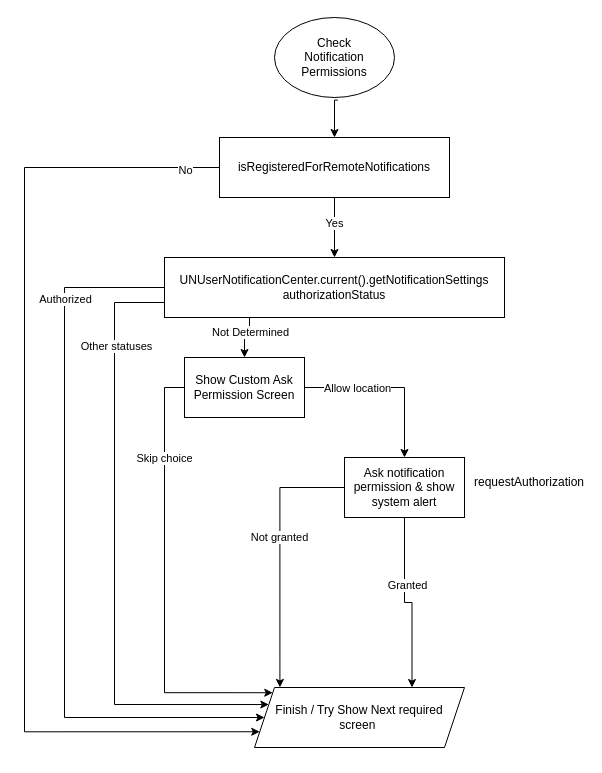
Earlier version of the draw.io diagram Permissions Flow Diagram.drawio (IvanovDeveloper/IDHelper). Source tidied: cells renumbered, new cells numbered last; positions are measured from the earlier drawing's top-left corner, leaving out a move shared by most shapes. Both pictures are drawn from the tidied source at 100%, with x=0, y=0 at pixel (24, 17).
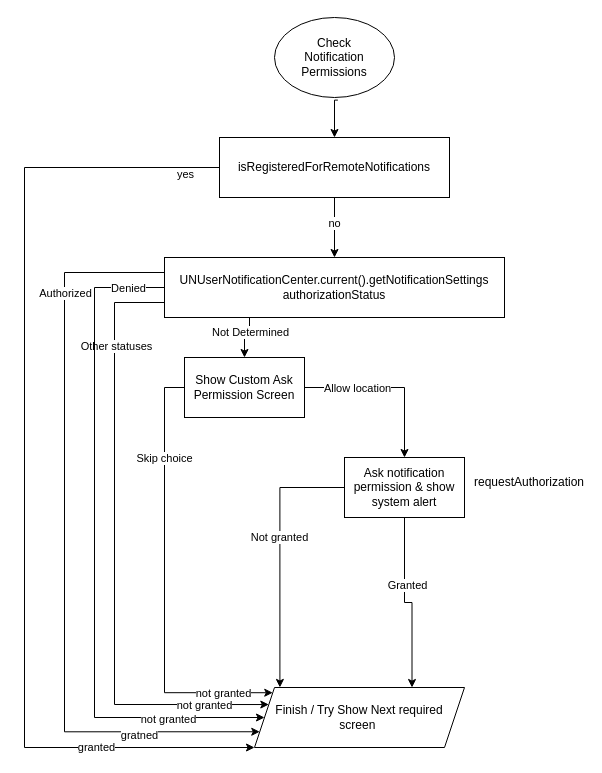
Above is the later version.

Unchanged cells that the change refers to:
```xml
<mxCell id="6" style="edgeStyle=orthogonalEdgeStyle;rounded=0;jettySize=auto;html=1;exitX=0.5;exitY=1;exitDx=0;exitDy=0;" parent="1" edge="1" source="8">
  <mxGeometry relative="1" as="geometry">
    <mxPoint x="310" y="240" as="targetPoint" />
  </mxGeometry>
</mxCell>
<mxCell id="8" value="isRegisteredForRemoteNotifications" style="rounded=0;whiteSpace=wrap;html=1;" parent="1" vertex="1">
  <mxGeometry x="195" y="120" width="230" height="60" as="geometry" />
</mxCell>
<mxCell id="9" value="Finish / Try Show Next required screen&amp;nbsp;" style="shape=parallelogram;perimeter=parallelogramPerimeter;whiteSpace=wrap;html=1;fixedSize=1;" parent="1" vertex="1">
  <mxGeometry x="230" y="670" width="210" height="60" as="geometry" />
</mxCell>
<mxCell id="14" style="edgeStyle=orthogonalEdgeStyle;rounded=0;jettySize=auto;html=1;exitX=0;exitY=0.75;exitDx=0;exitDy=0;entryX=0;entryY=0.25;entryDx=0;entryDy=0;" parent="1" edge="1" source="16" target="9">
  <mxGeometry relative="1" as="geometry">
    <Array as="points">
      <mxPoint x="90" y="285" />
      <mxPoint x="90" y="687" />
    </Array>
  </mxGeometry>
</mxCell>
<mxCell id="16" value="UNUserNotificationCenter.current().getNotificationSettings&lt;br&gt;authorizationStatus" style="rounded=0;whiteSpace=wrap;html=1;" parent="1" vertex="1">
  <mxGeometry x="140" y="240" width="340" height="60" as="geometry" />
</mxCell>
<mxCell id="17" value="Skip choice" style="edgeStyle=orthogonalEdgeStyle;rounded=0;jettySize=auto;html=1;exitX=0;exitY=0.5;exitDx=0;exitDy=0;entryX=0;entryY=0;entryDx=0;entryDy=0;" parent="1" edge="1" source="20" target="9">
  <mxGeometry x="-0.58" relative="1" as="geometry">
    <Array as="points">
      <mxPoint x="140" y="370" />
      <mxPoint x="140" y="675" />
    </Array>
  </mxGeometry>
</mxCell>
```

What changed in the source:
```diff
@@
-    <mxCell id="4" style="edgeStyle=orthogonalEdgeStyle;rounded=0;jettySize=auto;html=1;entryX=0;entryY=0.75;entryDx=0;entryDy=0;exitX=0;exitY=0.5;exitDx=0;exitDy=0;" parent="1" edge="1" source="8" target="9">
+    <mxCell id="4" style="edgeStyle=orthogonalEdgeStyle;rounded=0;jettySize=auto;html=1;entryX=0;entryY=1;entryDx=0;entryDy=0;exitX=0;exitY=0.5;exitDx=0;exitDy=0;" parent="1" edge="1" source="8" target="9">
       <mxGeometry relative="1" as="geometry">
         <Array as="points">
           <mxPoint y="150" />
-          <mxPoint y="714" />
+          <mxPoint y="730" />
         </Array>
       </mxGeometry>
     </mxCell>
-    <mxCell id="5" value="No" style="edgeLabel;html=1;align=center;verticalAlign=middle;" parent="4" vertex="1">
+    <mxCell id="5" value="yes" style="edgeLabel;html=1;align=center;verticalAlign=middle;" parent="4" vertex="1">
       <mxGeometry x="-0.27" relative="1" as="geometry">
         <mxPoint x="160" y="-166" as="offset" />
       </mxGeometry>
     </mxCell>
+    <mxCell id="27" value="granted" style="edgeLabel;html=1;align=center;verticalAlign=middle;" parent="4" vertex="1">
+      <mxGeometry x="0.83" y="1" relative="1" as="geometry">
+        <mxPoint x="-74" as="offset" />
+      </mxGeometry>
+    </mxCell>
@@
-    <mxCell id="7" value="Yes" style="edgeLabel;html=1;align=center;verticalAlign=middle;" parent="6" vertex="1">
+    <mxCell id="7" value="no" style="edgeLabel;html=1;align=center;verticalAlign=middle;" parent="6" vertex="1">
       <mxGeometry x="-0.18" y="-1" relative="1" as="geometry" />
     </mxCell>
@@
-    <mxCell id="10" style="edgeStyle=orthogonalEdgeStyle;rounded=0;jettySize=auto;html=1;exitX=0;exitY=0.5;exitDx=0;exitDy=0;entryX=0;entryY=0.5;entryDx=0;entryDy=0;" parent="1" edge="1" source="16" target="9">
+    <mxCell id="10" style="edgeStyle=orthogonalEdgeStyle;rounded=0;jettySize=auto;html=1;entryX=0;entryY=0.75;entryDx=0;entryDy=0;exitX=0;exitY=0.25;exitDx=0;exitDy=0;" parent="1" edge="1" source="16" target="9">
       <mxGeometry relative="1" as="geometry">
         <Array as="points">
-          <mxPoint x="40" y="270" />
-          <mxPoint x="40" y="700" />
+          <mxPoint x="40" y="255" />
+          <mxPoint x="40" y="714" />
         </Array>
       </mxGeometry>
     </mxCell>
@@
+    <mxCell id="28" value="gratned" style="edgeLabel;html=1;align=center;verticalAlign=middle;" parent="10" vertex="1">
+      <mxGeometry x="0.68" y="-3" relative="1" as="geometry" />
+    </mxCell>
@@
+    <mxCell id="29" value="not granted" style="edgeLabel;html=1;align=center;verticalAlign=middle;" parent="14" vertex="1">
+      <mxGeometry x="0.58" relative="1" as="geometry">
+        <mxPoint x="63" as="offset" />
+      </mxGeometry>
+    </mxCell>
+    <mxCell id="30" style="edgeStyle=orthogonalEdgeStyle;rounded=0;jettySize=auto;html=1;entryX=0;entryY=0.5;entryDx=0;entryDy=0;exitX=0;exitY=0.5;exitDx=0;exitDy=0;" parent="1" edge="1" source="16" target="9">
+      <mxGeometry relative="1" as="geometry">
+        <Array as="points">
+          <mxPoint x="70" y="270" />
+          <mxPoint x="70" y="700" />
+        </Array>
+      </mxGeometry>
+    </mxCell>
+    <mxCell id="31" value="Denied" style="edgeLabel;html=1;align=center;verticalAlign=middle;" parent="30" vertex="1">
+      <mxGeometry x="-0.89" relative="1" as="geometry" />
+    </mxCell>
+    <mxCell id="32" value="not granted" style="edgeLabel;html=1;align=center;verticalAlign=middle;" parent="30" vertex="1">
+      <mxGeometry x="0.71" y="-1" relative="1" as="geometry" />
+    </mxCell>
@@
+    <mxCell id="33" value="not granted" style="edgeLabel;html=1;align=center;verticalAlign=middle;" parent="17" vertex="1">
+      <mxGeometry x="0.77" relative="1" as="geometry" />
+    </mxCell>
```
